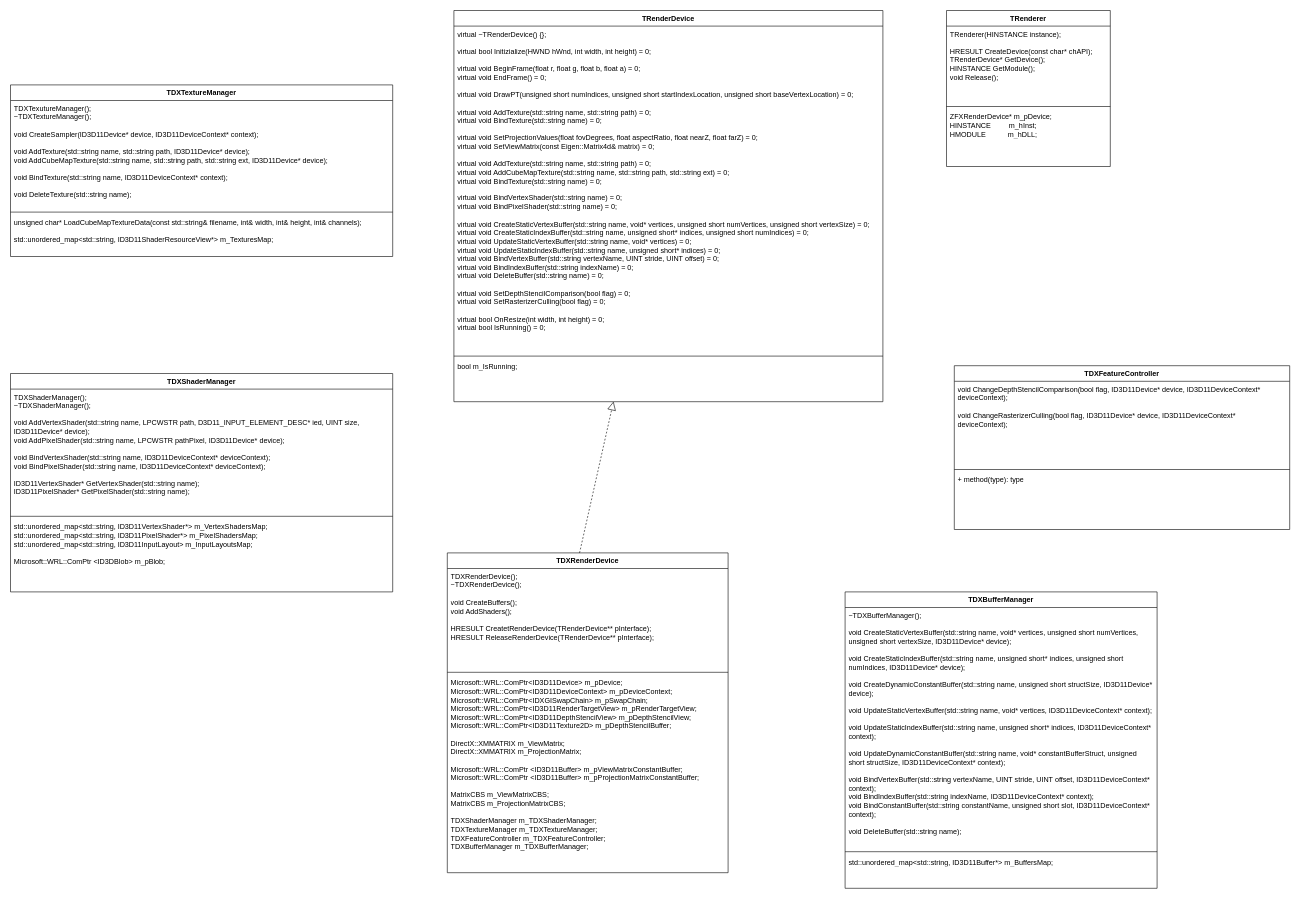
Above: UML/TRenderer.drawio in f1oating/TRender (draw.io), before the change. Source tidied: cells renumbered, new cells numbered last; positions are measured from the earlier drawing's top-left corner, leaving out a move shared by most shapes. Both pictures are drawn from the tidied source at 60%, with x=0, y=0 at pixel (10, 10).
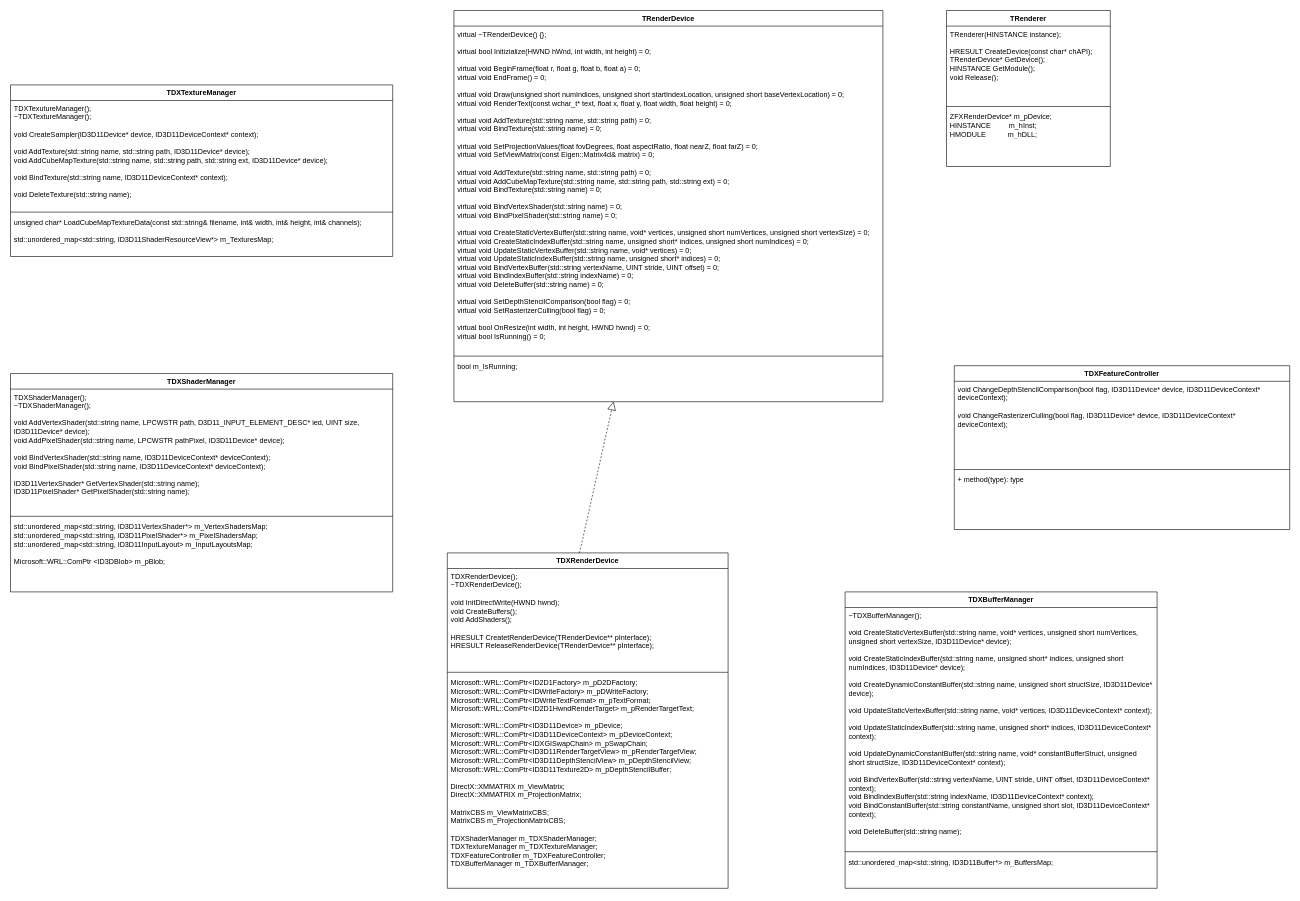
After the change.

Commit message (it also covers changes not shown here):
added text render

The change refers to these unchanged cells:
```xml
<mxCell id="2" value="TRenderDevice" style="swimlane;fontStyle=1;align=center;verticalAlign=top;horizontal=1;startSize=26;whiteSpace=wrap;html=1;" parent="1" vertex="1">
  <mxGeometry x="739" width="715" height="652" as="geometry" />
</mxCell>
```

The edit, as a diff of the source:
```diff
@@
-    <mxCell id="3" value="&lt;div&gt;virtual ~TRenderDevice() {};&lt;br&gt;&lt;/div&gt;&lt;div&gt;&lt;br&gt;&lt;/div&gt;&lt;div&gt;virtual bool Initizialize(HWND hWnd, int width, int height) = 0;&lt;/div&gt;&lt;div&gt;&lt;br&gt;&lt;/div&gt;&lt;div&gt;virtual void BeginFrame(float r, float g, float b, float a) = 0;&lt;/div&gt;&lt;div&gt;virtual void EndFrame() = 0;&lt;/div&gt;&lt;div&gt;&lt;br&gt;&lt;/div&gt;&lt;div&gt;virtual void DrawPT(unsigned short numIndices, unsigned short startIndexLocation, unsigned short baseVertexLocation) = 0;&lt;br&gt;&lt;/div&gt;&lt;div&gt;&lt;br&gt;&lt;/div&gt;&lt;div&gt;virtual void AddTexture(std::string name, std::string path) = 0;&lt;br&gt;virtual void BindTexture(std::string name) = 0;&lt;br&gt;&lt;/div&gt;&lt;div&gt;&lt;br&gt;&lt;/div&gt;virtual void SetProjectionValues(float fovDegrees, float aspectRatio, float nearZ, float farZ) = 0;&lt;br&gt;virtual void SetViewMatrix(const Eigen::Matrix4d&amp;amp; matrix) = 0;&lt;br&gt;&lt;div&gt;&lt;br&gt;&lt;/div&gt;&lt;div&gt;virtual void AddTexture(std::string name, std::string path) = 0;&lt;/div&gt;&lt;div&gt;virtual void AddCubeMapTexture(std::string name, std::string path, std::string ext) = 0;&lt;br&gt;&lt;/div&gt;&lt;div&gt;virtual void BindTexture(std::string name) = 0;&lt;/div&gt;&lt;div&gt;&lt;br&gt;&lt;/div&gt;&lt;div&gt;virtual void BindVertexShader(std::string name) = 0;&lt;br&gt;virtual void BindPixelShader(std::string name) = 0;&lt;/div&gt;&lt;div&gt;&lt;br&gt;&lt;/div&gt;&lt;div&gt;virtual void CreateStaticVertexBuffer(std::string name, void* vertices, unsigned short numVertices, unsigned short vertexSize) = 0;&lt;br&gt;virtual void CreateStaticIndexBuffer(std::string name, unsigned short* indices, unsigned short numIndices) = 0;&lt;br&gt;virtual void UpdateStaticVertexBuffer(std::string name, void* vertices) = 0;&lt;br&gt;virtual void UpdateStaticIndexBuffer(std::string name, unsigned short* indices) = 0;&lt;br&gt;virtual void BindVertexBuffer(std::string vertexName, UINT stride, UINT offset) = 0;&lt;br&gt;virtual void BindIndexBuffer(std::string indexName) = 0;&lt;br&gt;virtual void DeleteBuffer(std::string name) = 0;&lt;br&gt;&lt;/div&gt;&lt;div&gt;&lt;br&gt;&lt;/div&gt;&lt;div&gt;virtual void SetDepthStencilComparison(bool flag) = 0;&lt;br&gt;virtual void SetRasterizerCulling(bool flag) = 0;&lt;br&gt;&lt;/div&gt;&lt;div&gt;&lt;br&gt;&lt;/div&gt;&lt;div&gt;virtual bool OnResize(int width, int height) = 0;&lt;/div&gt;&lt;div&gt;virtual bool IsRunning() = 0;&lt;br&gt;&lt;/div&gt;" style="text;strokeColor=none;fillColor=none;align=left;verticalAlign=top;spacingLeft=4;spacingRight=4;overflow=hidden;whiteSpace=wrap;html=1;" parent="2" vertex="1">
+    <mxCell id="3" value="&lt;div&gt;virtual ~TRenderDevice() {};&lt;br&gt;&lt;/div&gt;&lt;div&gt;&lt;br&gt;&lt;/div&gt;&lt;div&gt;virtual bool Initizialize(HWND hWnd, int width, int height) = 0;&lt;/div&gt;&lt;div&gt;&lt;br&gt;&lt;/div&gt;&lt;div&gt;virtual void BeginFrame(float r, float g, float b, float a) = 0;&lt;/div&gt;&lt;div&gt;virtual void EndFrame() = 0;&lt;/div&gt;&lt;div&gt;&lt;br&gt;&lt;/div&gt;&lt;div&gt;virtual void Draw(unsigned short numIndices, unsigned short startIndexLocation, unsigned short baseVertexLocation) = 0;&lt;br&gt;virtual void RenderText(const wchar_t* text, float x, float y, float width, float height) = 0;&lt;br&gt;&lt;/div&gt;&lt;div&gt;&lt;br&gt;&lt;/div&gt;&lt;div&gt;virtual void AddTexture(std::string name, std::string path) = 0;&lt;br&gt;virtual void BindTexture(std::string name) = 0;&lt;br&gt;&lt;/div&gt;&lt;div&gt;&lt;br&gt;&lt;/div&gt;virtual void SetProjectionValues(float fovDegrees, float aspectRatio, float nearZ, float farZ) = 0;&lt;br&gt;virtual void SetViewMatrix(const Eigen::Matrix4d&amp;amp; matrix) = 0;&lt;br&gt;&lt;div&gt;&lt;br&gt;&lt;/div&gt;&lt;div&gt;virtual void AddTexture(std::string name, std::string path) = 0;&lt;/div&gt;&lt;div&gt;virtual void AddCubeMapTexture(std::string name, std::string path, std::string ext) = 0;&lt;br&gt;&lt;/div&gt;&lt;div&gt;virtual void BindTexture(std::string name) = 0;&lt;/div&gt;&lt;div&gt;&lt;br&gt;&lt;/div&gt;&lt;div&gt;virtual void BindVertexShader(std::string name) = 0;&lt;br&gt;virtual void BindPixelShader(std::string name) = 0;&lt;/div&gt;&lt;div&gt;&lt;br&gt;&lt;/div&gt;&lt;div&gt;virtual void CreateStaticVertexBuffer(std::string name, void* vertices, unsigned short numVertices, unsigned short vertexSize) = 0;&lt;br&gt;virtual void CreateStaticIndexBuffer(std::string name, unsigned short* indices, unsigned short numIndices) = 0;&lt;br&gt;virtual void UpdateStaticVertexBuffer(std::string name, void* vertices) = 0;&lt;br&gt;virtual void UpdateStaticIndexBuffer(std::string name, unsigned short* indices) = 0;&lt;br&gt;virtual void BindVertexBuffer(std::string vertexName, UINT stride, UINT offset) = 0;&lt;br&gt;virtual void BindIndexBuffer(std::string indexName) = 0;&lt;br&gt;virtual void DeleteBuffer(std::string name) = 0;&lt;br&gt;&lt;/div&gt;&lt;div&gt;&lt;br&gt;&lt;/div&gt;&lt;div&gt;virtual void SetDepthStencilComparison(bool flag) = 0;&lt;br&gt;virtual void SetRasterizerCulling(bool flag) = 0;&lt;br&gt;&lt;/div&gt;&lt;div&gt;&lt;br&gt;&lt;/div&gt;&lt;div&gt;virtual bool OnResize(int width, int height, HWND hwnd) = 0;&lt;/div&gt;&lt;div&gt;virtual bool IsRunning() = 0;&lt;br&gt;&lt;/div&gt;" style="text;strokeColor=none;fillColor=none;align=left;verticalAlign=top;spacingLeft=4;spacingRight=4;overflow=hidden;whiteSpace=wrap;html=1;" parent="2" vertex="1">
       <mxGeometry y="26" width="715" height="546" as="geometry" />
     </mxCell>
@@
     <mxCell id="7" value="TDXRenderDevice" style="swimlane;fontStyle=1;align=center;verticalAlign=top;horizontal=1;startSize=26;whiteSpace=wrap;html=1;" parent="1" vertex="1">
-      <mxGeometry x="728" y="904" width="468" height="533" as="geometry" />
+      <mxGeometry x="728" y="904" width="468" height="559" as="geometry" />
     </mxCell>
-    <mxCell id="8" value="&lt;div&gt;TDXRenderDevice();&lt;/div&gt;&lt;div&gt;~TDXRenderDevice();&lt;/div&gt;&lt;div&gt;&lt;br&gt;&lt;/div&gt;&lt;div&gt;void CreateBuffers();&lt;/div&gt;&lt;div&gt;void AddShaders();&lt;/div&gt;&lt;div&gt;&lt;br&gt;&lt;/div&gt;&lt;div&gt;HRESULT CreatetRenderDevice(TRenderDevice** pInterface);&amp;nbsp;&amp;nbsp;&amp;nbsp;&amp;nbsp;&lt;/div&gt;&lt;div&gt;HRESULT ReleaseRenderDevice(TRenderDevice** pInterface);&lt;br&gt;&lt;br&gt;&lt;/div&gt;" style="text;strokeColor=none;fillColor=none;align=left;verticalAlign=top;spacingLeft=4;spacingRight=4;overflow=hidden;whiteSpace=wrap;html=1;" parent="7" vertex="1">
+    <mxCell id="8" value="&lt;div&gt;TDXRenderDevice();&lt;/div&gt;&lt;div&gt;~TDXRenderDevice();&lt;/div&gt;&lt;div&gt;&lt;br&gt;&lt;/div&gt;&lt;div&gt;void InitDirectWrite(HWND hwnd);&lt;br&gt;&lt;/div&gt;&lt;div&gt;void CreateBuffers();&lt;/div&gt;&lt;div&gt;void AddShaders();&lt;/div&gt;&lt;div&gt;&lt;br&gt;&lt;/div&gt;&lt;div&gt;HRESULT CreatetRenderDevice(TRenderDevice** pInterface);&amp;nbsp;&amp;nbsp;&amp;nbsp;&amp;nbsp;&lt;/div&gt;&lt;div&gt;HRESULT ReleaseRenderDevice(TRenderDevice** pInterface);&lt;br&gt;&lt;br&gt;&lt;/div&gt;" style="text;strokeColor=none;fillColor=none;align=left;verticalAlign=top;spacingLeft=4;spacingRight=4;overflow=hidden;whiteSpace=wrap;html=1;" parent="7" vertex="1">
       <mxGeometry y="26" width="468" height="169" as="geometry" />
     </mxCell>
@@
-    <mxCell id="10" value="&lt;div&gt;Microsoft::WRL::ComPtr&amp;lt;ID3D11Device&amp;gt; m_pDevice; Microsoft::WRL::ComPtr&amp;lt;ID3D11DeviceContext&amp;gt; m_pDeviceContext; Microsoft::WRL::ComPtr&amp;lt;IDXGISwapChain&amp;gt; m_pSwapChain; Microsoft::WRL::ComPtr&amp;lt;ID3D11RenderTargetView&amp;gt; m_pRenderTargetView; Microsoft::WRL::ComPtr&amp;lt;ID3D11DepthStencilView&amp;gt; m_pDepthStencilView; Microsoft::WRL::ComPtr&amp;lt;ID3D11Texture2D&amp;gt; m_pDepthStencilBuffer;&lt;/div&gt;&lt;div&gt;&lt;br&gt;&lt;/div&gt;DirectX::XMMATRIX m_ViewMatrix;&lt;br&gt;DirectX::XMMATRIX m_ProjectionMatrix;&lt;br&gt;&lt;br&gt;Microsoft::WRL::ComPtr &amp;lt;ID3D11Buffer&amp;gt; m_pViewMatrixConstantBuffer;&lt;br&gt;Microsoft::WRL::ComPtr &amp;lt;ID3D11Buffer&amp;gt; m_pProjectionMatrixConstantBuffer;&lt;br&gt;&lt;br&gt;MatrixCBS m_ViewMatrixCBS;&lt;br&gt;MatrixCBS m_ProjectionMatrixCBS;&lt;br&gt;&lt;br&gt;TDXShaderManager m_TDXShaderManager;&lt;br&gt;TDXTextureManager m_TDXTextureManager;&lt;br&gt;TDXFeatureController m_TDXFeatureController;&lt;br&gt;TDXBufferManager m_TDXBufferManager;" style="text;strokeColor=none;fillColor=none;align=left;verticalAlign=top;spacingLeft=4;spacingRight=4;overflow=hidden;whiteSpace=wrap;html=1;" parent="7" vertex="1">
-      <mxGeometry y="203" width="468" height="330" as="geometry" />
+    <mxCell id="10" value="&lt;div&gt;Microsoft::WRL::ComPtr&amp;lt;ID2D1Factory&amp;gt; m_pD2DFactory;&lt;br&gt;Microsoft::WRL::ComPtr&amp;lt;IDWriteFactory&amp;gt; m_pDWriteFactory;&lt;br&gt;Microsoft::WRL::ComPtr&amp;lt;IDWriteTextFormat&amp;gt; m_pTextFormat;&lt;br&gt;Microsoft::WRL::ComPtr&amp;lt;ID2D1HwndRenderTarget&amp;gt; m_pRenderTargetText;&lt;br&gt;&lt;/div&gt;&lt;div&gt;&lt;br&gt;&lt;/div&gt;&lt;div&gt;Microsoft::WRL::ComPtr&amp;lt;ID3D11Device&amp;gt; m_pDevice; Microsoft::WRL::ComPtr&amp;lt;ID3D11DeviceContext&amp;gt; m_pDeviceContext; Microsoft::WRL::ComPtr&amp;lt;IDXGISwapChain&amp;gt; m_pSwapChain; Microsoft::WRL::ComPtr&amp;lt;ID3D11RenderTargetView&amp;gt; m_pRenderTargetView; Microsoft::WRL::ComPtr&amp;lt;ID3D11DepthStencilView&amp;gt; m_pDepthStencilView; Microsoft::WRL::ComPtr&amp;lt;ID3D11Texture2D&amp;gt; m_pDepthStencilBuffer;&lt;/div&gt;&lt;div&gt;&lt;br&gt;&lt;/div&gt;DirectX::XMMATRIX m_ViewMatrix;&lt;br&gt;DirectX::XMMATRIX m_ProjectionMatrix;&lt;br&gt;&lt;br&gt;MatrixCBS m_ViewMatrixCBS;&lt;br&gt;MatrixCBS m_ProjectionMatrixCBS;&lt;br&gt;&lt;br&gt;TDXShaderManager m_TDXShaderManager;&lt;br&gt;TDXTextureManager m_TDXTextureManager;&lt;br&gt;TDXFeatureController m_TDXFeatureController;&lt;br&gt;TDXBufferManager m_TDXBufferManager;" style="text;strokeColor=none;fillColor=none;align=left;verticalAlign=top;spacingLeft=4;spacingRight=4;overflow=hidden;whiteSpace=wrap;html=1;" parent="7" vertex="1">
+      <mxGeometry y="203" width="468" height="356" as="geometry" />
     </mxCell>
```
